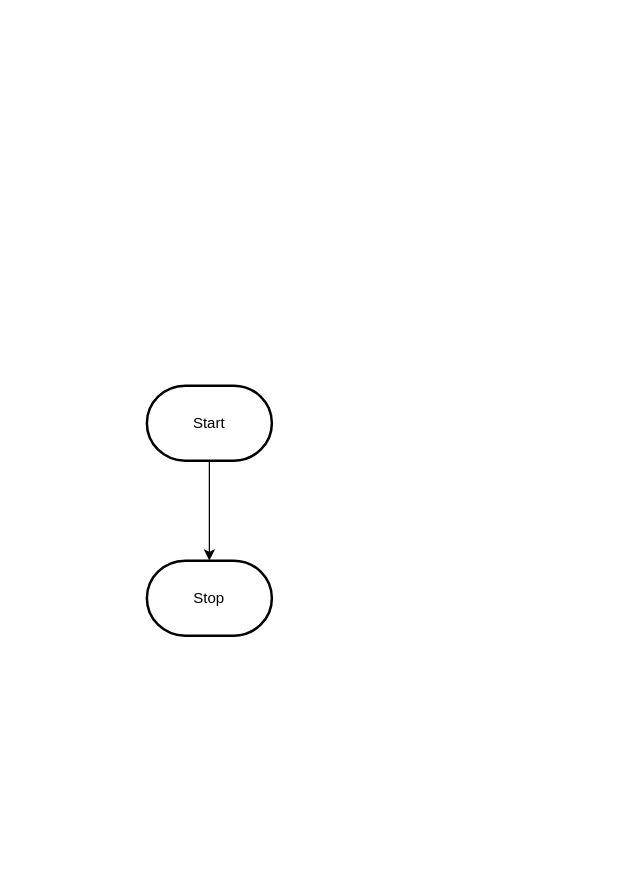
MTHS-ICS2O-2-2022/ICS2O-Unit-6-02-Bonnie-Zhu keeps this draw.io diagram as design/flowchart.drawio. Above is the earlier version. Source tidied: cells renumbered, new cells numbered last; positions are measured from the earlier drawing's top-left corner, leaving out a move shared by most shapes. Both pictures are drawn from the tidied source at 125%, with x=0, y=0 at pixel (146, 385).
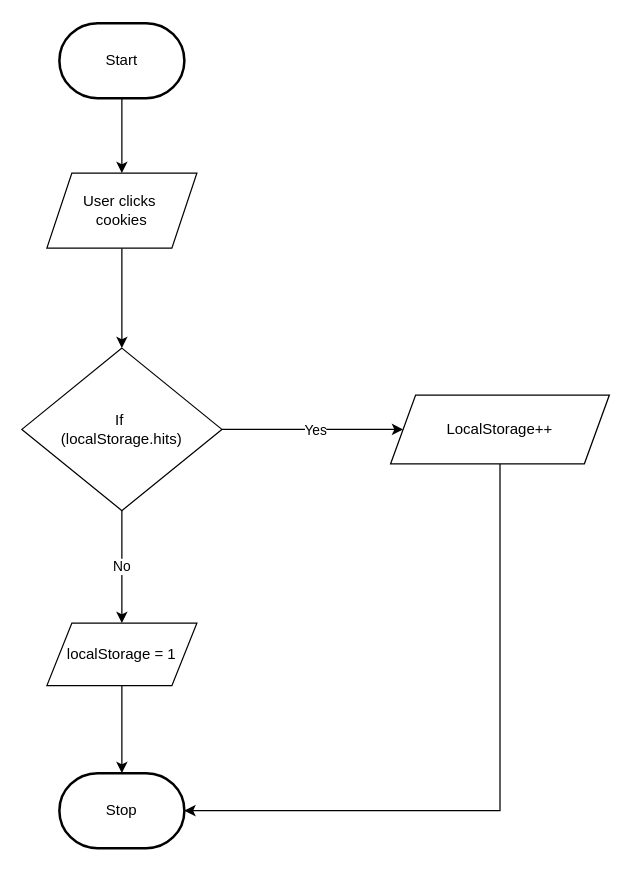
After the change.

Diff of the diagram source:
```diff
@@
 <mxGraphModel>
   <root>
     <mxCell id="0" />
     <mxCell id="1" parent="0" />
-    <mxCell id="2" style="edgeStyle=orthogonalEdgeStyle;html=1;rounded=0;" parent="1" edge="1" source="3" target="4">
+    <mxCell id="2" style="edgeStyle=none;html=1;" parent="1" edge="1" source="3" target="6">
       <mxGeometry relative="1" as="geometry" />
     </mxCell>
     <mxCell id="3" value="Start" style="strokeWidth=2;html=1;shape=mxgraph.flowchart.terminator;whiteSpace=wrap;" parent="1" vertex="1">
-      <mxGeometry width="100" height="60" as="geometry" />
+      <mxGeometry x="-70" y="-290" width="100" height="60" as="geometry" />
     </mxCell>
     <mxCell id="4" value="Stop" style="strokeWidth=2;html=1;shape=mxgraph.flowchart.terminator;whiteSpace=wrap;" parent="1" vertex="1">
-      <mxGeometry y="140" width="100" height="60" as="geometry" />
+      <mxGeometry x="-70" y="310" width="100" height="60" as="geometry" />
     </mxCell>
+    <mxCell id="5" style="edgeStyle=orthogonalEdgeStyle;rounded=0;html=1;entryX=0.5;entryY=0;entryDx=0;entryDy=0;" parent="1" edge="1" source="6" target="10">
+      <mxGeometry relative="1" as="geometry" />
+    </mxCell>
+    <mxCell id="6" value="User clicks&amp;nbsp;&lt;br&gt;cookies" style="shape=parallelogram;perimeter=parallelogramPerimeter;whiteSpace=wrap;html=1;fixedSize=1;" parent="1" vertex="1">
+      <mxGeometry x="-80" y="-170" width="120" height="60" as="geometry" />
+    </mxCell>
+    <mxCell id="7" value="No" style="edgeStyle=none;html=1;entryX=0.5;entryY=0;entryDx=0;entryDy=0;" parent="1" edge="1" source="10" target="12">
+      <mxGeometry relative="1" as="geometry" />
+    </mxCell>
+    <mxCell id="8" style="edgeStyle=none;html=1;" parent="1" edge="1" source="10" target="15">
+      <mxGeometry relative="1" as="geometry" />
+    </mxCell>
+    <mxCell id="9" value="Yes" style="edgeLabel;html=1;align=center;verticalAlign=middle;" parent="8" vertex="1">
+      <mxGeometry x="0.16" y="-1" relative="1" as="geometry">
+        <mxPoint x="-10" y="-1" as="offset" />
+      </mxGeometry>
+    </mxCell>
+    <mxCell id="10" value="If&amp;nbsp;&lt;br&gt;(localStorage.hits)" style="rhombus;whiteSpace=wrap;html=1;" parent="1" vertex="1">
+      <mxGeometry x="-100" y="-30" width="160" height="130" as="geometry" />
+    </mxCell>
+    <mxCell id="11" style="edgeStyle=none;html=1;" parent="1" edge="1" source="12" target="4">
+      <mxGeometry relative="1" as="geometry" />
+    </mxCell>
+    <mxCell id="12" value="localStorage = 1" style="shape=parallelogram;perimeter=parallelogramPerimeter;whiteSpace=wrap;html=1;fixedSize=1;" parent="1" vertex="1">
+      <mxGeometry x="-80" y="190" width="120" height="50" as="geometry" />
+    </mxCell>
+    <mxCell id="13" style="edgeStyle=orthogonalEdgeStyle;html=1;entryX=1;entryY=0.5;entryDx=0;entryDy=0;entryPerimeter=0;strokeColor=none;rounded=0;" parent="1" edge="1" source="15" target="4">
+      <mxGeometry relative="1" as="geometry">
+        <Array as="points">
+          <mxPoint x="280" y="340" />
+        </Array>
+      </mxGeometry>
+    </mxCell>
+    <mxCell id="14" style="edgeStyle=orthogonalEdgeStyle;rounded=0;html=1;entryX=1;entryY=0.5;entryDx=0;entryDy=0;entryPerimeter=0;" parent="1" edge="1" source="15" target="4">
+      <mxGeometry relative="1" as="geometry">
+        <Array as="points">
+          <mxPoint x="283" y="340" />
+        </Array>
+      </mxGeometry>
+    </mxCell>
+    <mxCell id="15" value="LocalStorage++" style="shape=parallelogram;perimeter=parallelogramPerimeter;whiteSpace=wrap;html=1;fixedSize=1;" parent="1" vertex="1">
+      <mxGeometry x="195" y="7.5" width="175" height="55" as="geometry" />
+    </mxCell>
   </root>
 </mxGraphModel>
```
